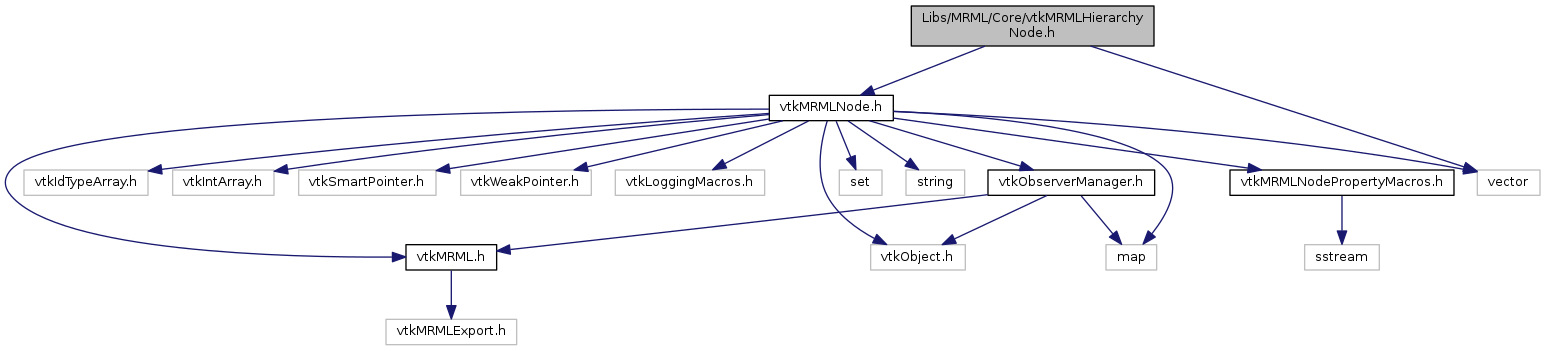
jamesobutler/apidocs.slicer.org keeps this Graphviz diagram as master/vtkMRMLHierarchyNode_8h__incl.png. Above is the earlier version. Its source is kept beside it as master/vtkMRMLHierarchyNode_8h__incl.dot.
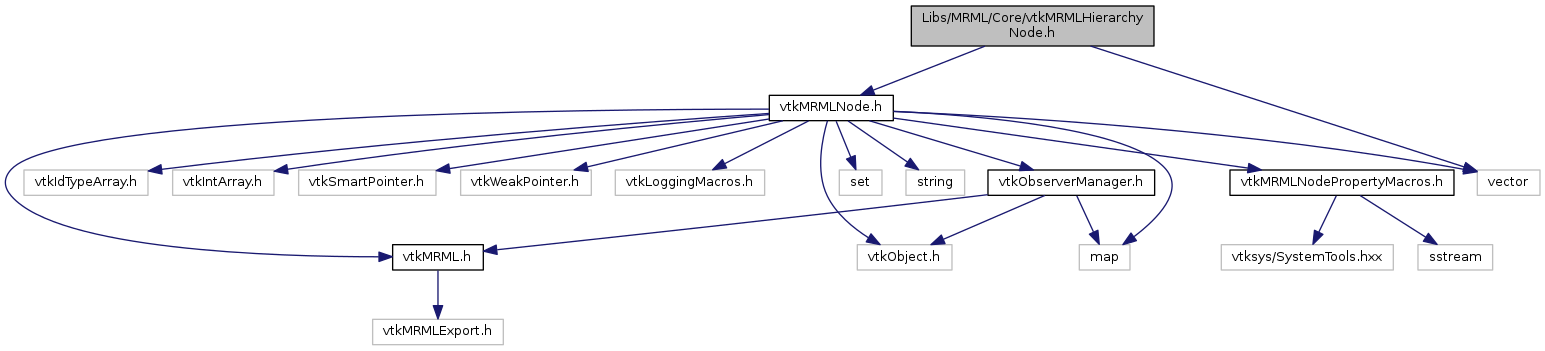
After the commit.

Change to the diagram source:
```diff
@@ -32,12 +32,14 @@
   Node12 [label="vtkMRMLNodePropertyMacros.h",height=0.2,width=0.4,color="black",URL="$vtkMRMLNodePropertyMacros_8h.html"];
   Node12 -> Node13 [color="midnightblue",fontsize="10",style="solid",fontname="Helvetica"];
   Node13 [label="sstream",height=0.2,width=0.4,color="grey75"];
+  Node12 -> Node14 [color="midnightblue",fontsize="10",style="solid",fontname="Helvetica"];
+  Node14 [label="vtksys/SystemTools.hxx",height=0.2,width=0.4,color="grey75"];
   Node1 -> Node6 [color="midnightblue",fontsize="10",style="solid",fontname="Helvetica"];
-  Node1 -> Node14 [color="midnightblue",fontsize="10",style="solid",fontname="Helvetica"];
-  Node14 [label="set",height=0.2,width=0.4,color="grey75"];
   Node1 -> Node15 [color="midnightblue",fontsize="10",style="solid",fontname="Helvetica"];
-  Node15 [label="string",height=0.2,width=0.4,color="grey75"];
+  Node15 [label="set",height=0.2,width=0.4,color="grey75"];
   Node1 -> Node16 [color="midnightblue",fontsize="10",style="solid",fontname="Helvetica"];
-  Node16 [label="vector",height=0.2,width=0.4,color="grey75"];
-  Node0 -> Node16 [color="midnightblue",fontsize="10",style="solid",fontname="Helvetica"];
+  Node16 [label="string",height=0.2,width=0.4,color="grey75"];
+  Node1 -> Node17 [color="midnightblue",fontsize="10",style="solid",fontname="Helvetica"];
+  Node17 [label="vector",height=0.2,width=0.4,color="grey75"];
+  Node0 -> Node17 [color="midnightblue",fontsize="10",style="solid",fontname="Helvetica"];
 }
```
